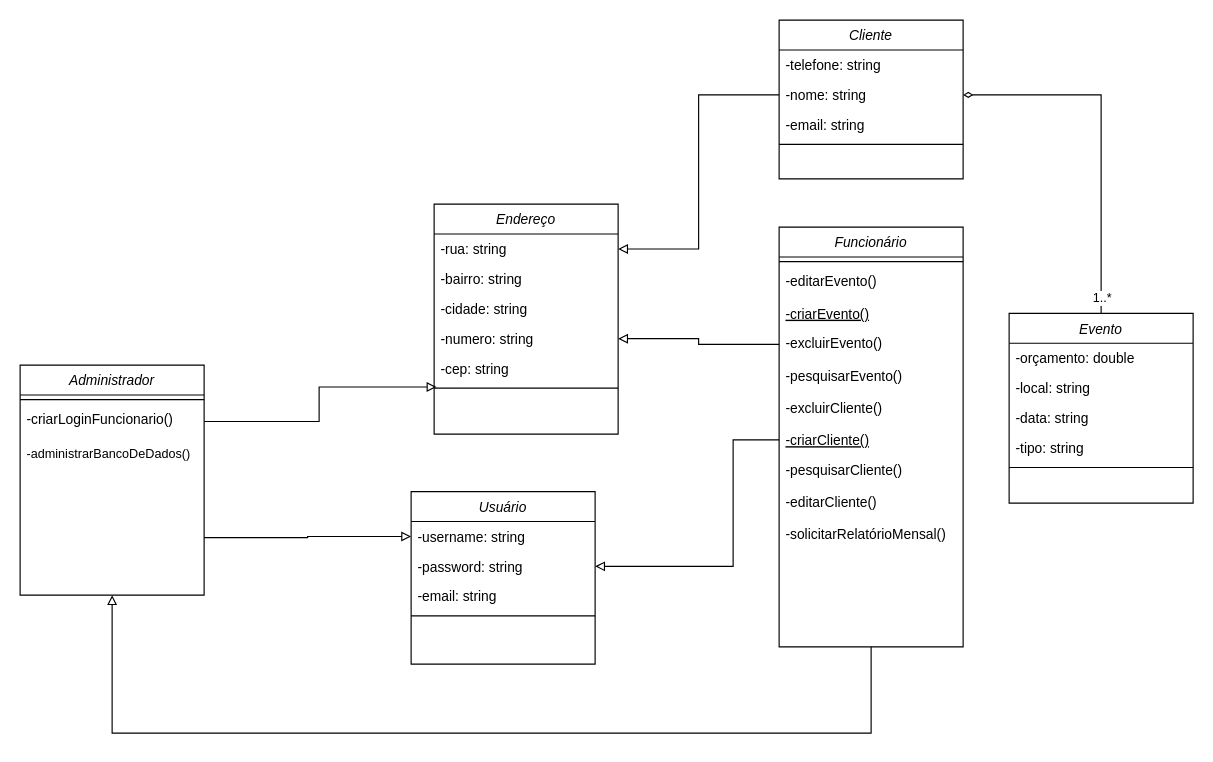
Before: 4° Período/Análise e Projeto de Sistemas (Janderson)/Atividade 02/Diagrama de Classes (Buffet LuDa)atualizado.drawio in lucaslucenak/cc-UEPB, a draw.io diagram. Source tidied: cells renumbered, new cells numbered last; positions are measured from the earlier drawing's top-left corner, leaving out a move shared by most shapes. Both pictures are drawn from the tidied source at 115%, with x=0, y=0 at pixel (20, 20).
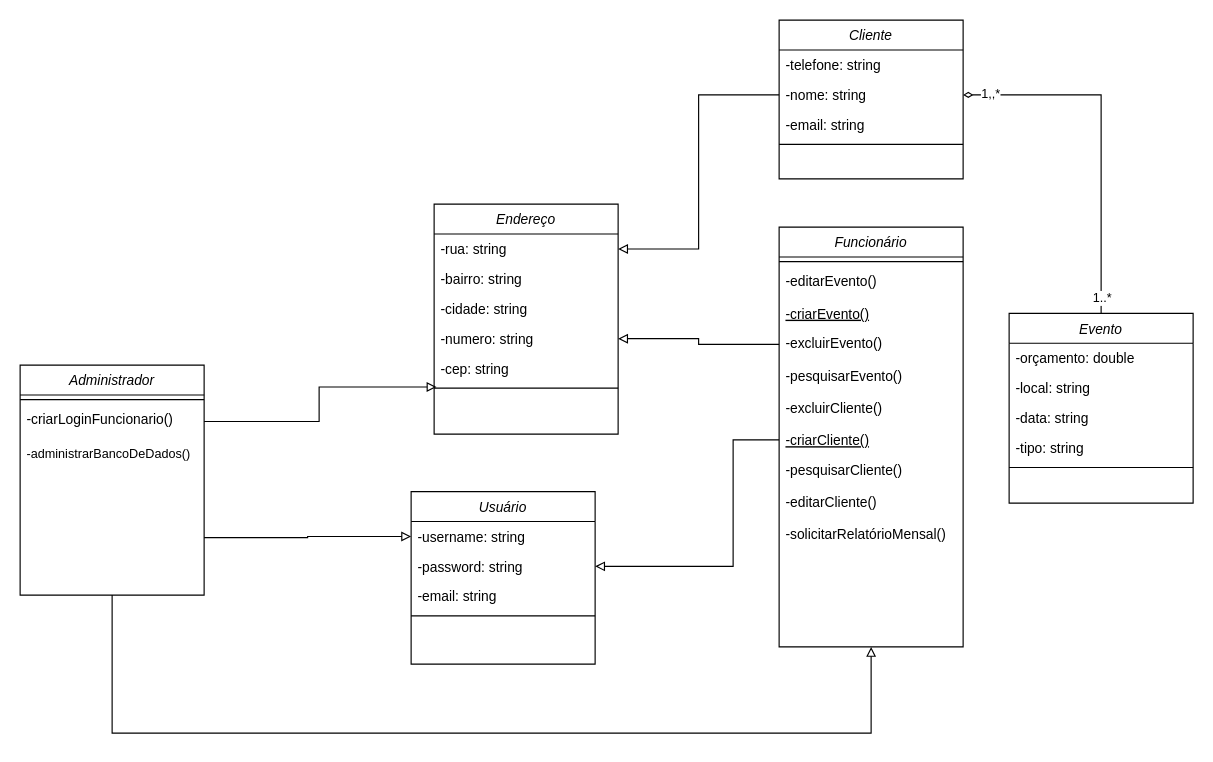
The same diagram, later.

Commit message (it also covers changes not shown here):
updated atividade02 in APS

The change refers to these unchanged cells:
```xml
<mxCell id="7" value="Funcionário" style="swimlane;fontStyle=2;align=center;verticalAlign=top;horizontal=1;startSize=26;rounded=0;shadow=0;strokeWidth=1;" parent="1" vertex="1">
  <mxGeometry x="660" y="180" width="160" height="365" as="geometry" />
</mxCell>
<mxCell id="18" style="edgeStyle=orthogonalEdgeStyle;rounded=0;jettySize=auto;html=1;exitX=0.5;exitY=0;exitDx=0;exitDy=0;entryX=1;entryY=0.5;entryDx=0;entryDy=0;fontSize=11;endArrow=diamondThin;endFill=0;" parent="1" edge="1" source="20" target="4">
  <mxGeometry relative="1" as="geometry" />
</mxCell>
<mxCell id="27" value="Administrador" style="swimlane;fontStyle=2;align=center;verticalAlign=top;horizontal=1;startSize=26;rounded=0;shadow=0;strokeWidth=1;" parent="1" vertex="1">
  <mxGeometry y="300" width="160" height="200" as="geometry" />
</mxCell>
```

Change to the diagram source:
```diff
@@
+    <mxCell id="48" value="1,,*" style="edgeLabel;html=1;align=center;verticalAlign=middle;" parent="18" vertex="1">
+      <mxGeometry x="0.85" y="-2" relative="1" as="geometry" />
+    </mxCell>
@@
-    <mxCell id="26" style="edgeStyle=orthogonalEdgeStyle;rounded=0;jettySize=auto;html=1;entryX=0.5;entryY=1;entryDx=0;entryDy=0;fontSize=11;endArrow=block;endFill=0;exitX=0.5;exitY=1;exitDx=0;exitDy=0;" parent="1" edge="1" source="7" target="27">
+    <mxCell id="26" style="edgeStyle=orthogonalEdgeStyle;rounded=0;jettySize=auto;html=1;fontSize=11;endArrow=block;endFill=0;exitX=0.5;exitY=1;exitDx=0;exitDy=0;entryX=0.5;entryY=1;entryDx=0;entryDy=0;" parent="1" edge="1" source="27" target="7">
       <mxGeometry relative="1" as="geometry">
         <Array as="points">
+          <mxPoint x="80" y="620" />
           <mxPoint x="740" y="620" />
-          <mxPoint x="80" y="620" />
         </Array>
       </mxGeometry>
     </mxCell>
```
